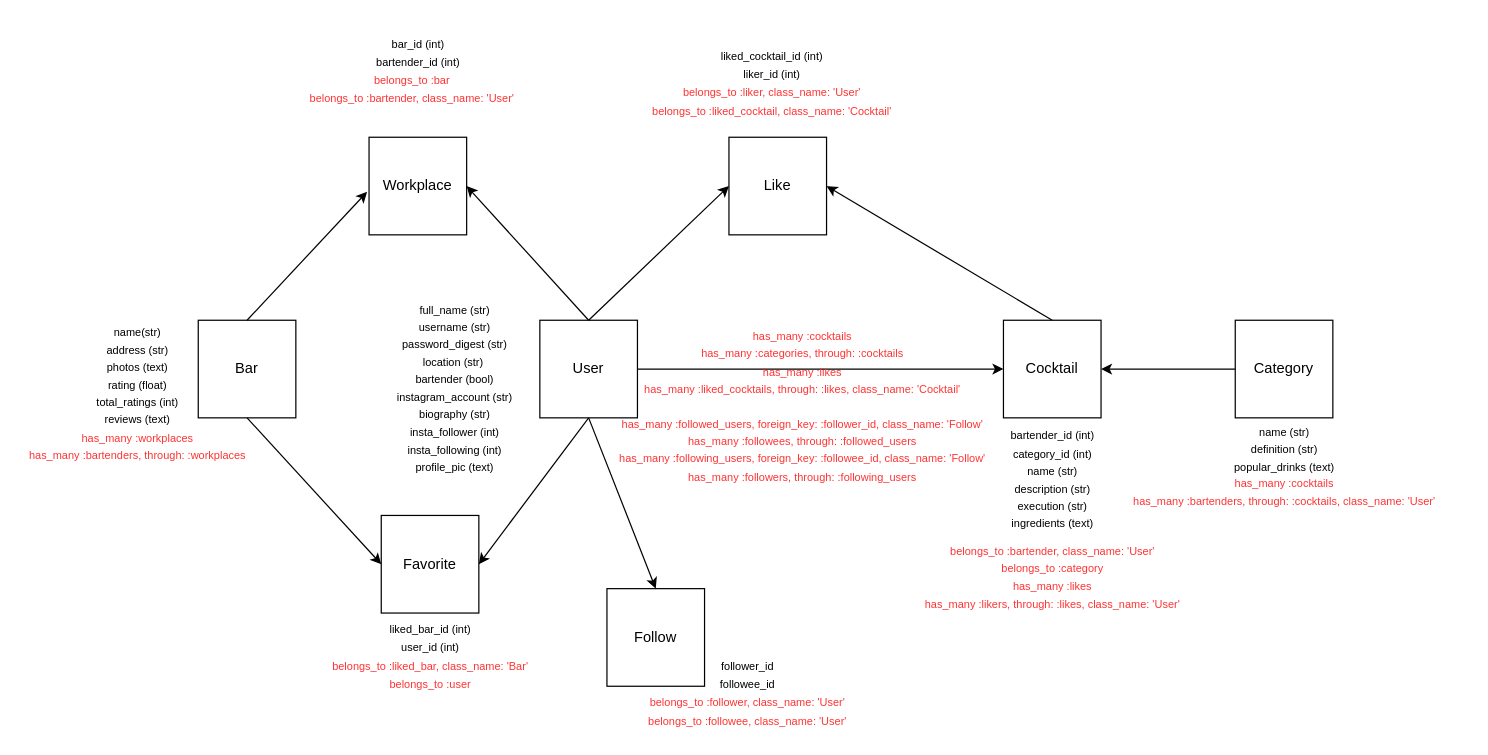
jpham1109/DrinkedIn-BackEnd keeps this draw.io diagram as public/DrinkedIn.drawio. Above is the earlier version. Source tidied: cells renumbered, new cells numbered last; positions are measured from the earlier drawing's top-left corner, leaving out a move shared by most shapes. Both pictures are drawn from the tidied source at 122%, with x=0, y=0 at pixel (21, 27).
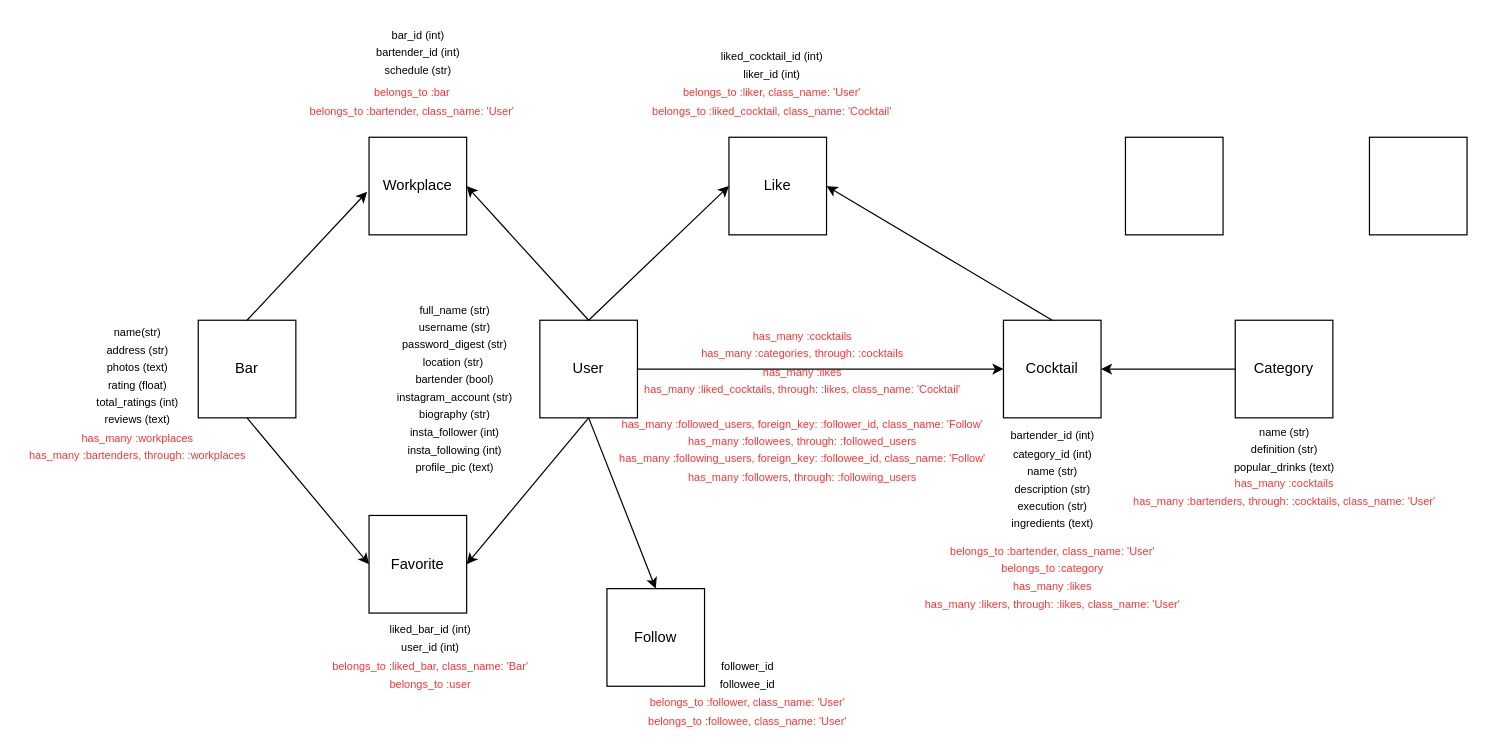
After the change.

Change to the diagram source:
```diff
@@
-    <mxCell id="18" value="&lt;font style=&quot;font-size: 9px&quot;&gt;bar_id (int)&lt;br&gt;bartender_id (int)&lt;/font&gt;" style="text;html=1;align=center;verticalAlign=middle;strokeColor=none;" parent="1" vertex="1">
-      <mxGeometry x="285" width="80" height="40" as="geometry" />
+    <mxCell id="18" value="&lt;font style=&quot;font-size: 9px&quot;&gt;bar_id (int)&lt;br&gt;bartender_id (int)&lt;br&gt;schedule (str)&lt;br&gt;&lt;/font&gt;" style="text;html=1;align=center;verticalAlign=middle;strokeColor=none;" parent="1" vertex="1">
+      <mxGeometry x="285" y="-5" width="80" height="50" as="geometry" />
     </mxCell>
@@
     <mxCell id="24" value="Favorite" style="whiteSpace=wrap;html=1;" parent="1" vertex="1">
-      <mxGeometry x="295" y="400" width="80" height="80" as="geometry" />
+      <mxGeometry x="285" y="400" width="80" height="80" as="geometry" />
     </mxCell>
@@
     <mxCell id="34" value="&lt;font style=&quot;font-size: 9px&quot; color=&quot;#ff3333&quot;&gt;belongs_to :bar&lt;br&gt;belongs_to :bartender, class_name: 'User'&lt;br&gt;&lt;/font&gt;" style="text;html=1;align=center;verticalAlign=middle;strokeColor=none;" parent="1" vertex="1">
-      <mxGeometry x="230" y="30" width="180" height="40" as="geometry" />
+      <mxGeometry x="230" y="40" width="180" height="40" as="geometry" />
     </mxCell>
+    <mxCell id="35" style="whiteSpace=wrap;html=1;" parent="1" vertex="1">
+      <mxGeometry x="905" y="90" width="80" height="80" as="geometry" />
+    </mxCell>
+    <mxCell id="36" style="whiteSpace=wrap;html=1;" parent="1" vertex="1">
+      <mxGeometry x="1105" y="90" width="80" height="80" as="geometry" />
+    </mxCell>
```
